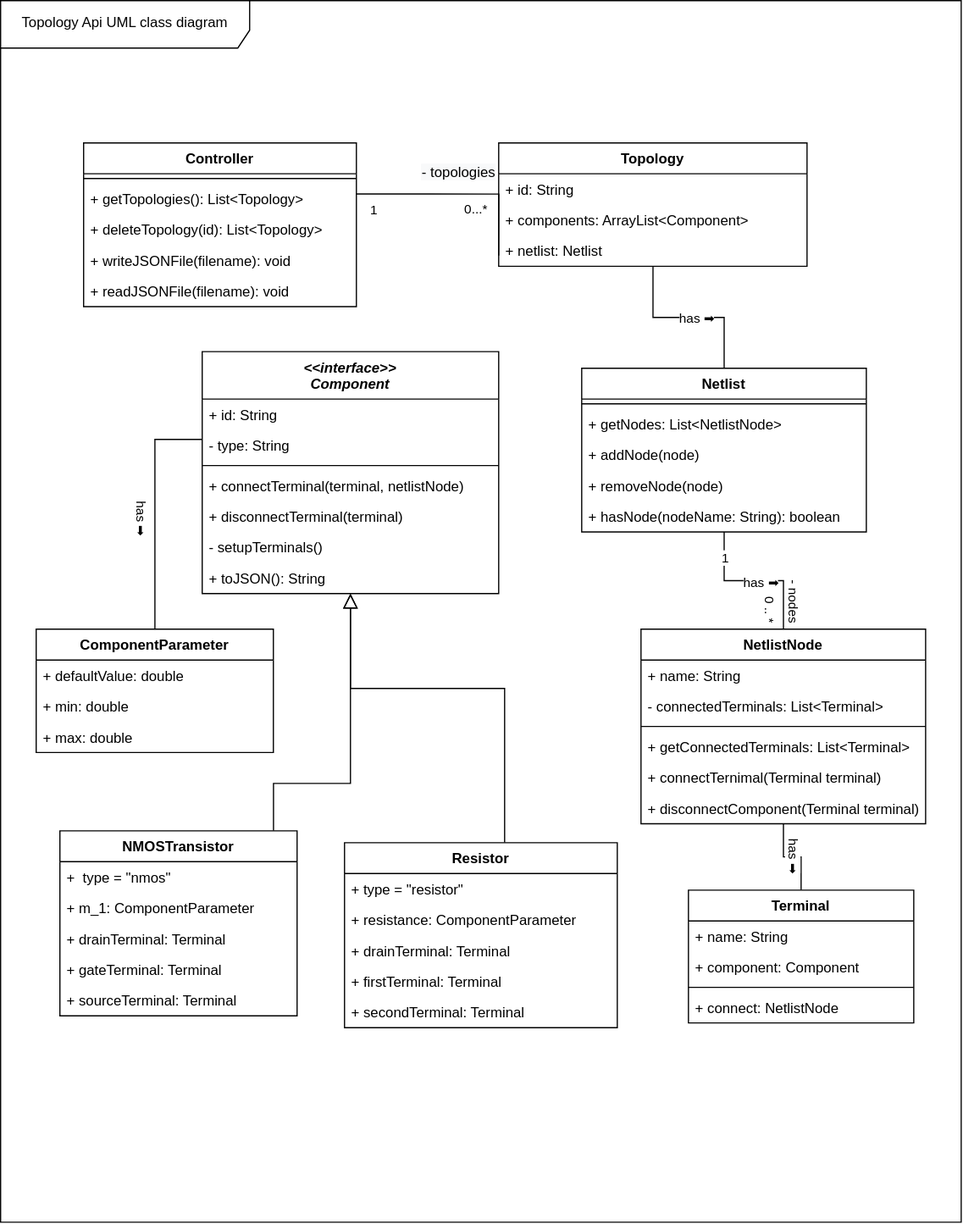
MuhammadSawalhy/TopologyAPI keeps this draw.io diagram as classes-uml.svg. Above is the earlier version. Source tidied: cells renumbered, new cells last; positions are measured from the earlier drawing's top-left corner, leaving out a move shared by most shapes.
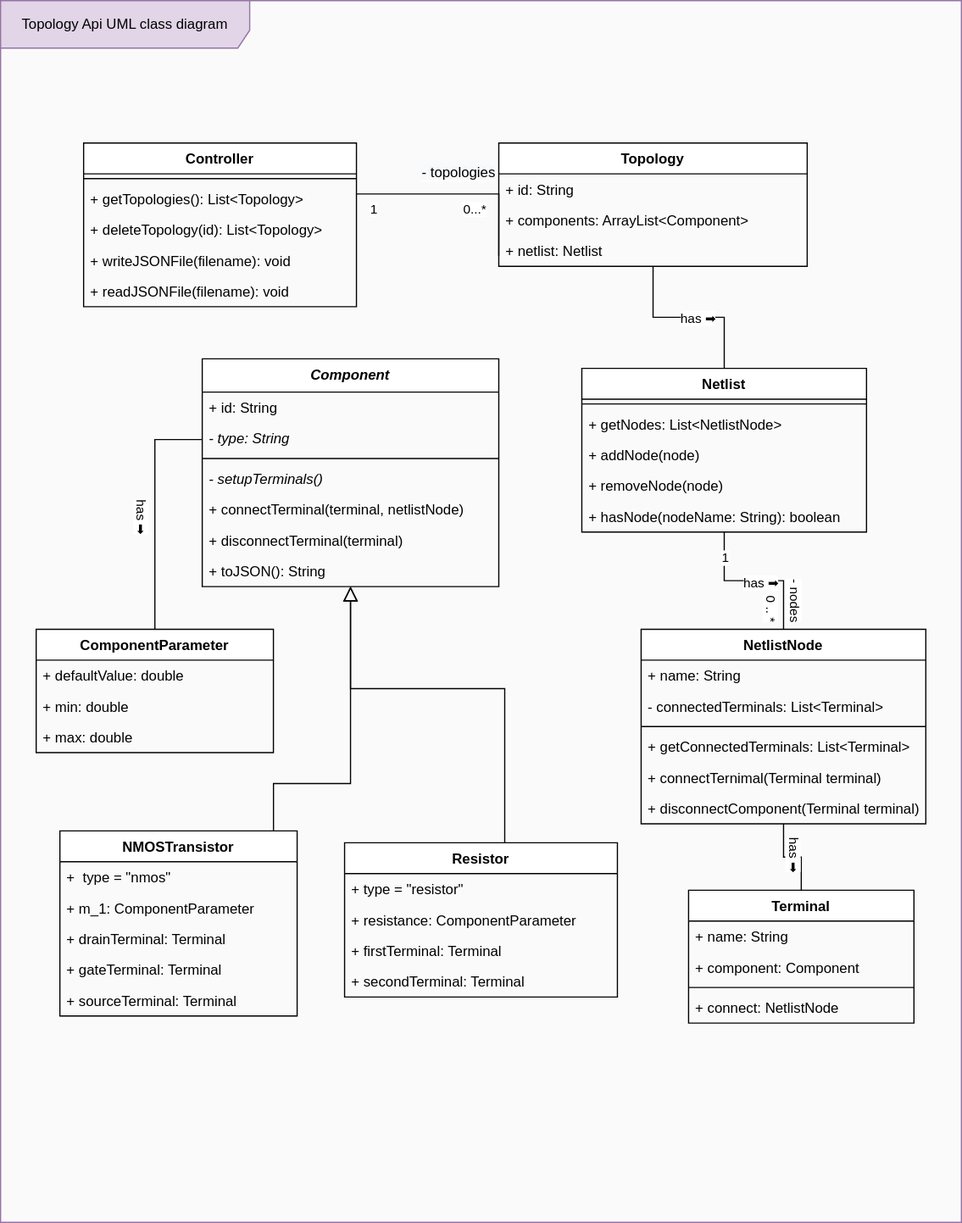
After the change.

Commit message:
Update classes UML to use abstract class Component

rather than interface

Change to the diagram source:
```diff
@@ -2,32 +2,32 @@
   <root>
     <mxCell id="0" />
     <mxCell id="1" parent="0" />
-    <mxCell id="2" value="Topology Api UML class diagram" style="shape=umlFrame;whiteSpace=wrap;html=1;fontFamily=Helvetica;width=210;height=40;" parent="1" vertex="1">
+    <mxCell id="2" value="Topology Api UML class diagram" style="shape=umlFrame;whiteSpace=wrap;html=1;fontFamily=Helvetica;width=210;height=40;fillColor=#e1d5e7;strokeColor=#9673a6;gradientColor=none;swimlaneFillColor=#FAFAFA;" parent="1" vertex="1">
       <mxGeometry width="810" height="1030" as="geometry" />
     </mxCell>
-    <mxCell id="3" value="&lt;&lt;interface&gt;&gt;&#10;Component" style="swimlane;fontStyle=3;align=center;verticalAlign=top;horizontal=1;startSize=40;" parent="1" vertex="1">
-      <mxGeometry x="170" y="296" width="250" height="204" as="geometry" />
+    <mxCell id="3" value="Component" style="swimlane;fontStyle=3;align=center;verticalAlign=top;horizontal=1;startSize=28;" parent="1" vertex="1">
+      <mxGeometry x="170" y="302" width="250" height="192" as="geometry" />
     </mxCell>
     <mxCell id="4" value="+ id: String" style="text;strokeColor=none;fillColor=none;align=left;verticalAlign=top;spacingLeft=4;spacingRight=4;overflow=hidden;" parent="3" vertex="1">
-      <mxGeometry y="40" width="250" height="26" as="geometry" />
+      <mxGeometry y="28" width="250" height="26" as="geometry" />
     </mxCell>
-    <mxCell id="5" value="- type: String" style="text;strokeColor=none;fillColor=none;align=left;verticalAlign=top;spacingLeft=4;spacingRight=4;overflow=hidden;" parent="3" vertex="1">
-      <mxGeometry y="66" width="250" height="26" as="geometry" />
+    <mxCell id="5" value="- type: String" style="text;strokeColor=none;fillColor=none;align=left;verticalAlign=top;spacingLeft=4;spacingRight=4;overflow=hidden;fontStyle=2;" parent="3" vertex="1">
+      <mxGeometry y="54" width="250" height="26" as="geometry" />
     </mxCell>
     <mxCell id="6" style="line;strokeWidth=1;fillColor=none;align=left;verticalAlign=middle;spacingTop=-1;spacingLeft=3;spacingRight=3;labelPosition=right;" parent="3" vertex="1">
-      <mxGeometry y="92" width="250" height="8" as="geometry" />
+      <mxGeometry y="80" width="250" height="8" as="geometry" />
     </mxCell>
+    <mxCell id="9" value="- setupTerminals()" style="text;strokeColor=none;fillColor=none;align=left;verticalAlign=top;spacingLeft=4;spacingRight=4;overflow=hidden;fontStyle=2;" parent="3" vertex="1">
+      <mxGeometry y="88" width="250" height="26" as="geometry" />
+    </mxCell>
     <mxCell id="7" value="+ connectTerminal(terminal, netlistNode)" style="text;strokeColor=none;fillColor=none;align=left;verticalAlign=top;spacingLeft=4;spacingRight=4;overflow=hidden;" parent="3" vertex="1">
-      <mxGeometry y="100" width="250" height="26" as="geometry" />
+      <mxGeometry y="114" width="250" height="26" as="geometry" />
     </mxCell>
     <mxCell id="8" value="+ disconnectTerminal(terminal)" style="text;strokeColor=none;fillColor=none;align=left;verticalAlign=top;spacingLeft=4;spacingRight=4;overflow=hidden;" parent="3" vertex="1">
-      <mxGeometry y="126" width="250" height="26" as="geometry" />
+      <mxGeometry y="140" width="250" height="26" as="geometry" />
     </mxCell>
-    <mxCell id="9" value="- setupTerminals()" style="text;strokeColor=none;fillColor=none;align=left;verticalAlign=top;spacingLeft=4;spacingRight=4;overflow=hidden;" parent="3" vertex="1">
-      <mxGeometry y="152" width="250" height="26" as="geometry" />
-    </mxCell>
     <mxCell id="10" value="+ toJSON(): String" style="text;strokeColor=none;fillColor=none;align=left;verticalAlign=top;spacingLeft=4;spacingRight=4;overflow=hidden;" parent="3" vertex="1">
-      <mxGeometry y="178" width="250" height="26" as="geometry" />
+      <mxGeometry y="166" width="250" height="26" as="geometry" />
     </mxCell>
     <mxCell id="11" value="Controller" style="swimlane;fontStyle=1;align=center;verticalAlign=top;horizontal=1;startSize=26;" parent="1" vertex="1">
       <mxGeometry x="70" y="120" width="230" height="138" as="geometry" />
@@ -82,7 +82,7 @@
       </mxGeometry>
     </mxCell>
     <mxCell id="25" value="Resistor" style="swimlane;fontStyle=1;align=center;verticalAlign=top;horizontal=1;startSize=26;" parent="1" vertex="1">
-      <mxGeometry x="290" y="710" width="230" height="156" as="geometry" />
+      <mxGeometry x="290" y="710" width="230" height="130" as="geometry" />
     </mxCell>
     <mxCell id="26" value="+ type = &quot;resistor&quot;" style="text;strokeColor=none;fillColor=none;align=left;verticalAlign=top;spacingLeft=4;spacingRight=4;overflow=hidden;" parent="25" vertex="1">
       <mxGeometry y="26" width="230" height="26" as="geometry" />
@@ -90,14 +90,11 @@
     <mxCell id="27" value="+ resistance: ComponentParameter" style="text;strokeColor=none;fillColor=none;align=left;verticalAlign=top;spacingLeft=4;spacingRight=4;overflow=hidden;" parent="25" vertex="1">
       <mxGeometry y="52" width="230" height="26" as="geometry" />
     </mxCell>
-    <mxCell id="28" value="+ drainTerminal: Terminal" style="text;strokeColor=none;fillColor=none;align=left;verticalAlign=top;spacingLeft=4;spacingRight=4;overflow=hidden;" parent="25" vertex="1">
-      <mxGeometry y="78" width="230" height="26" as="geometry" />
-    </mxCell>
     <mxCell id="29" value="+ firstTerminal: Terminal" style="text;strokeColor=none;fillColor=none;align=left;verticalAlign=top;spacingLeft=4;spacingRight=4;overflow=hidden;" parent="25" vertex="1">
-      <mxGeometry y="104" width="230" height="26" as="geometry" />
+      <mxGeometry y="78" width="230" height="26" as="geometry" />
     </mxCell>
     <mxCell id="30" value="+ secondTerminal: Terminal" style="text;strokeColor=none;fillColor=none;align=left;verticalAlign=top;spacingLeft=4;spacingRight=4;overflow=hidden;" parent="25" vertex="1">
-      <mxGeometry y="130" width="230" height="26" as="geometry" />
+      <mxGeometry y="104" width="230" height="26" as="geometry" />
     </mxCell>
     <mxCell id="31" style="endArrow=none;html=1;edgeStyle=orthogonalEdgeStyle;rounded=0;exitX=1;exitY=0.5;exitDx=0;exitDy=0;entryX=0;entryY=0.5;entryDx=0;entryDy=0;" parent="1" edge="1">
       <mxGeometry relative="1" as="geometry">
```
